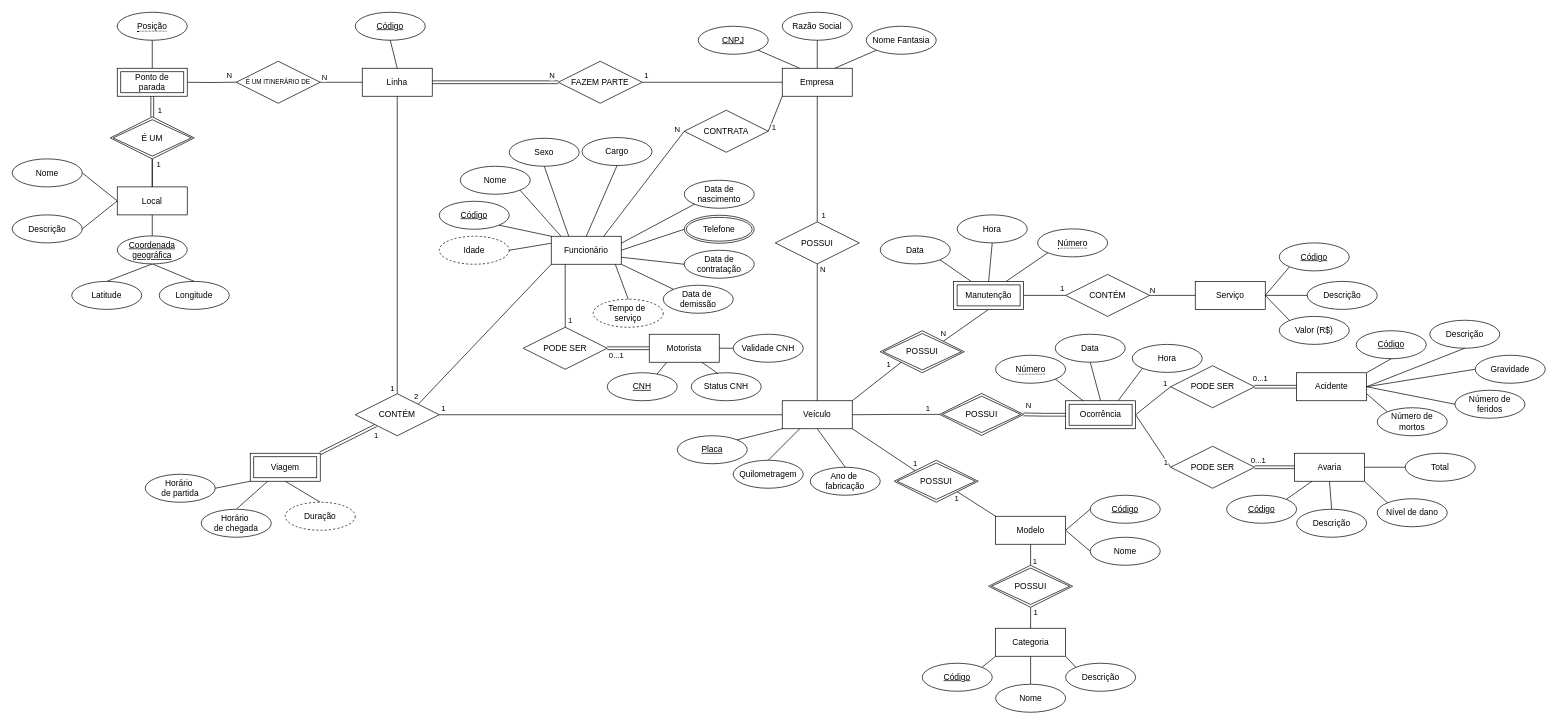
gscolombo/Projeto---BD keeps this draw.io diagram as drawio/conceptual_model.drawio. Above is the earlier version. Source tidied: cells renumbered, new cells numbered last; positions are measured from the earlier drawing's top-left corner, leaving out a move shared by most shapes. Both pictures are drawn from the tidied source at 70%, with x=0, y=0 at pixel (12, 12).
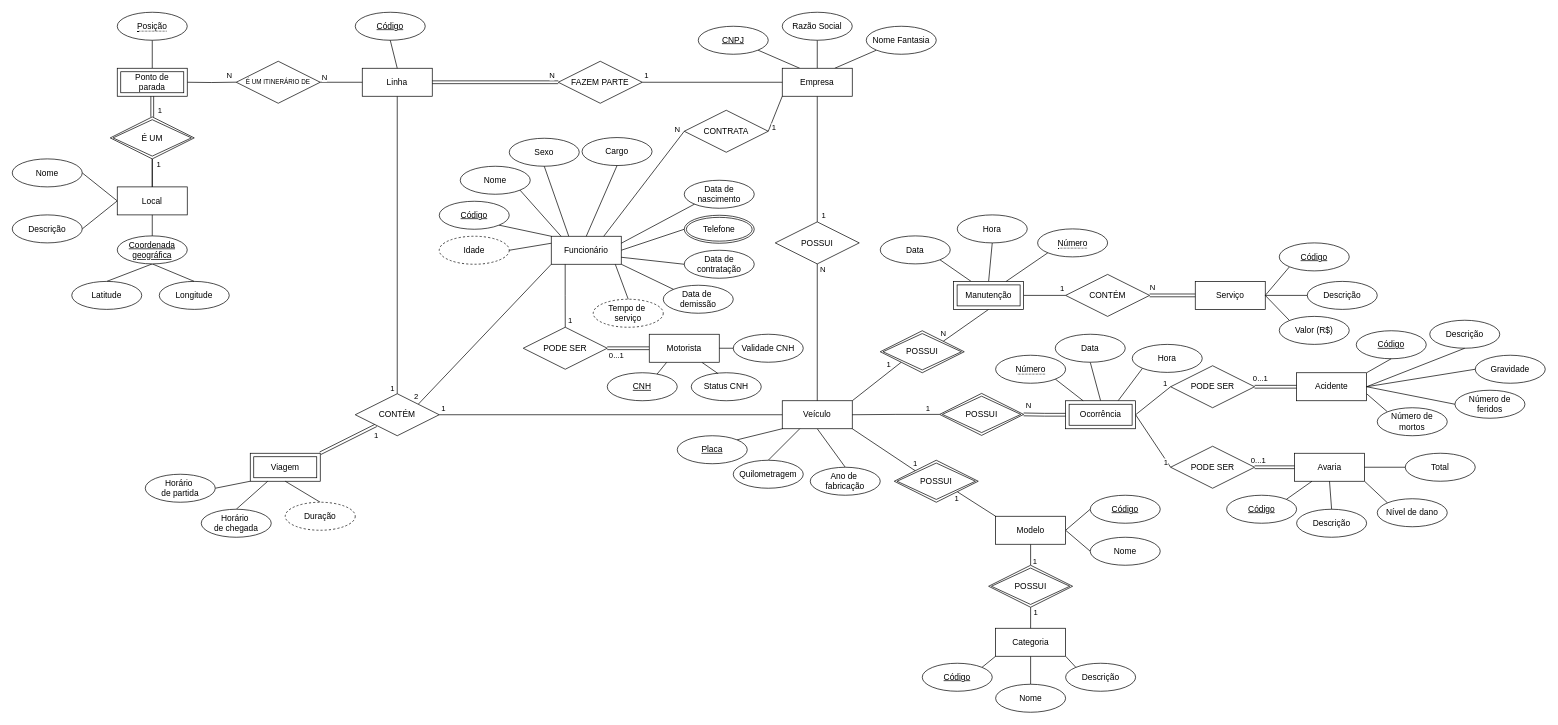
The same diagram, later.

Commit message:
Participação total de serviço em relação CONTÈM com manutenção

The change refers to these unchanged cells:
```xml
<mxCell id="165" value="Serviço" style="whiteSpace=wrap;html=1;align=center;" parent="1" vertex="1">
  <mxGeometry x="1690" y="384.5" width="100" height="40" as="geometry" />
</mxCell>
<mxCell id="170" value="CONTÉM" style="shape=rhombus;perimeter=rhombusPerimeter;whiteSpace=wrap;html=1;align=center;" parent="1" vertex="1">
  <mxGeometry x="1504.8" y="374.5" width="120" height="60" as="geometry" />
</mxCell>
```

What changed in the source:
```diff
@@
-    <mxCell id="168" style="rounded=0;jettySize=auto;html=1;exitX=1;exitY=0.5;exitDx=0;exitDy=0;entryX=0;entryY=0.5;entryDx=0;entryDy=0;endArrow=none;endFill=0;" parent="1" edge="1" source="170" target="165">
+    <mxCell id="168" style="rounded=0;jettySize=auto;html=1;exitX=1;exitY=0.5;exitDx=0;exitDy=0;entryX=0;entryY=0.5;entryDx=0;entryDy=0;endArrow=none;endFill=0;shape=link;" parent="1" edge="1" source="170" target="165">
       <mxGeometry relative="1" as="geometry" />
     </mxCell>
     <mxCell id="169" value="N" style="edgeLabel;html=1;align=center;verticalAlign=middle;" parent="168" vertex="1">
       <mxGeometry x="-0.63" y="-1" relative="1" as="geometry">
-        <mxPoint x="-8" y="-9" as="offset" />
+        <mxPoint x="-8" y="-13" as="offset" />
       </mxGeometry>
     </mxCell>
```
